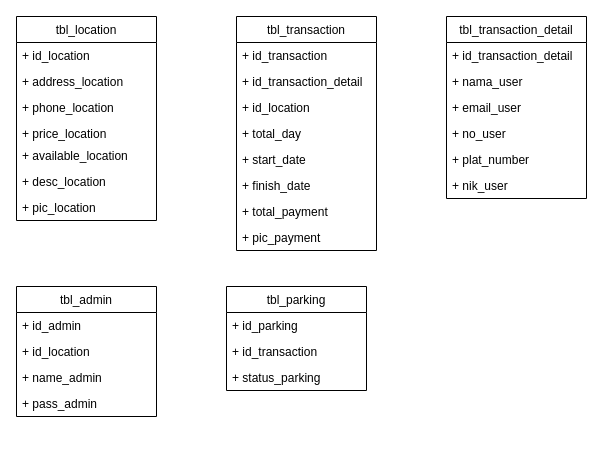
coz-git/coz.github.io keeps this draw.io diagram as page "db carden" (7 of 7) of Untitled Diagram.drawio. Above is the earlier version. Source tidied: cells renumbered, new cells numbered last; positions are measured from the earlier drawing's top-left corner, leaving out a move shared by most shapes. Both pictures are drawn from the tidied source at 100%, with x=0, y=0 at pixel (16, 16).
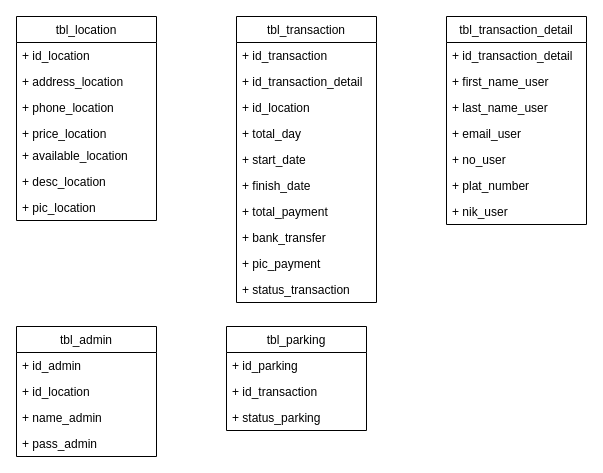
After the change.

Change to the diagram source:
```diff
@@
     <mxCell id="10" value="tbl_admin" style="swimlane;fontStyle=0;horizontal=1;startSize=26;fillColor=none;" parent="1" vertex="1">
-      <mxGeometry y="270" width="140" height="130" as="geometry" />
+      <mxGeometry y="310" width="140" height="130" as="geometry" />
     </mxCell>
@@
     <mxCell id="15" value="tbl_transaction" style="swimlane;fontStyle=0;horizontal=1;startSize=26;fillColor=none;" parent="1" vertex="1">
-      <mxGeometry x="220" width="140" height="234" as="geometry" />
+      <mxGeometry x="220" width="140" height="286" as="geometry" />
     </mxCell>
@@
+    <mxCell id="35" value="+ bank_transfer" style="text;strokeColor=none;fillColor=none;align=left;verticalAlign=top;spacingLeft=4;spacingRight=4;overflow=hidden;" parent="15" vertex="1">
+      <mxGeometry y="208" width="140" height="26" as="geometry" />
+    </mxCell>
     <mxCell id="23" value="+ pic_payment" style="text;strokeColor=none;fillColor=none;align=left;verticalAlign=top;spacingLeft=4;spacingRight=4;overflow=hidden;" parent="15" vertex="1">
-      <mxGeometry y="208" width="140" height="26" as="geometry" />
+      <mxGeometry y="234" width="140" height="26" as="geometry" />
     </mxCell>
+    <mxCell id="36" value="+ status_transaction" style="text;strokeColor=none;fillColor=none;align=left;verticalAlign=top;spacingLeft=4;spacingRight=4;overflow=hidden;" parent="15" vertex="1">
+      <mxGeometry y="260" width="140" height="26" as="geometry" />
+    </mxCell>
     <mxCell id="24" value="tbl_transaction_detail" style="swimlane;fontStyle=0;horizontal=1;startSize=26;fillColor=none;" parent="1" vertex="1">
-      <mxGeometry x="430" width="140" height="182" as="geometry" />
+      <mxGeometry x="430" width="140" height="208" as="geometry" />
     </mxCell>
@@
-    <mxCell id="26" value="+ nama_user" style="text;strokeColor=none;fillColor=none;align=left;verticalAlign=top;spacingLeft=4;spacingRight=4;overflow=hidden;" parent="24" vertex="1">
+    <mxCell id="26" value="+ first_name_user" style="text;strokeColor=none;fillColor=none;align=left;verticalAlign=top;spacingLeft=4;spacingRight=4;overflow=hidden;" parent="24" vertex="1">
       <mxGeometry y="52" width="140" height="26" as="geometry" />
     </mxCell>
+    <mxCell id="37" value="+ last_name_user" style="text;strokeColor=none;fillColor=none;align=left;verticalAlign=top;spacingLeft=4;spacingRight=4;overflow=hidden;" parent="24" vertex="1">
+      <mxGeometry y="78" width="140" height="26" as="geometry" />
+    </mxCell>
     <mxCell id="27" value="+ email_user" style="text;strokeColor=none;fillColor=none;align=left;verticalAlign=top;spacingLeft=4;spacingRight=4;overflow=hidden;" parent="24" vertex="1">
-      <mxGeometry y="78" width="140" height="26" as="geometry" />
+      <mxGeometry y="104" width="140" height="26" as="geometry" />
     </mxCell>
     <mxCell id="28" value="+ no_user" style="text;strokeColor=none;fillColor=none;align=left;verticalAlign=top;spacingLeft=4;spacingRight=4;overflow=hidden;" parent="24" vertex="1">
-      <mxGeometry y="104" width="140" height="26" as="geometry" />
+      <mxGeometry y="130" width="140" height="26" as="geometry" />
     </mxCell>
     <mxCell id="29" value="+ plat_number" style="text;strokeColor=none;fillColor=none;align=left;verticalAlign=top;spacingLeft=4;spacingRight=4;overflow=hidden;" parent="24" vertex="1">
-      <mxGeometry y="130" width="140" height="26" as="geometry" />
+      <mxGeometry y="156" width="140" height="26" as="geometry" />
     </mxCell>
     <mxCell id="30" value="+ nik_user" style="text;strokeColor=none;fillColor=none;align=left;verticalAlign=top;spacingLeft=4;spacingRight=4;overflow=hidden;" parent="24" vertex="1">
-      <mxGeometry y="156" width="140" height="26" as="geometry" />
+      <mxGeometry y="182" width="140" height="26" as="geometry" />
     </mxCell>
     <mxCell id="31" value="tbl_parking" style="swimlane;fontStyle=0;horizontal=1;startSize=26;fillColor=none;" parent="1" vertex="1">
-      <mxGeometry x="210" y="270" width="140" height="104" as="geometry" />
+      <mxGeometry x="210" y="310" width="140" height="104" as="geometry" />
     </mxCell>
```
